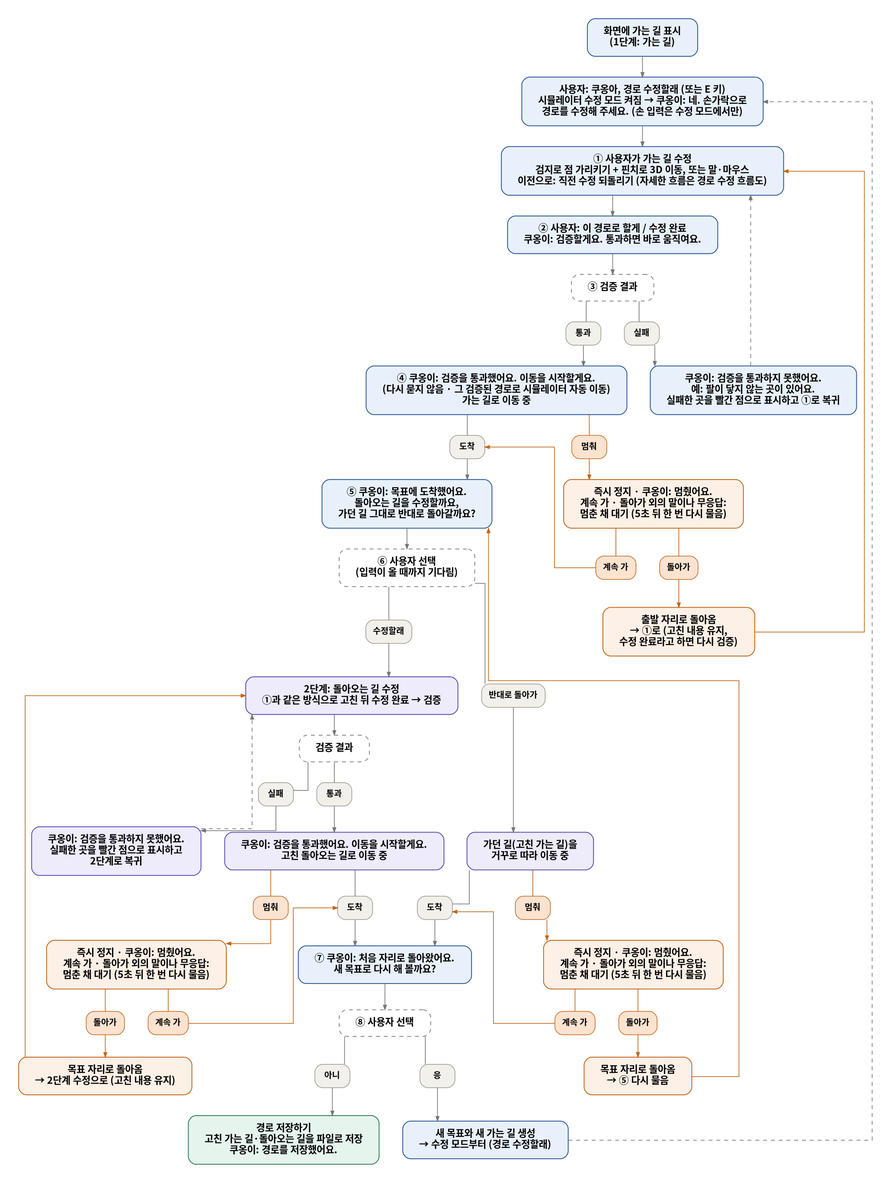
Above: docs/flow/flow1_overall.png in jaemin0319/ChatKHU (Graphviz), before the change. Its source is kept beside it as docs/flow/flow1_overall.dot.
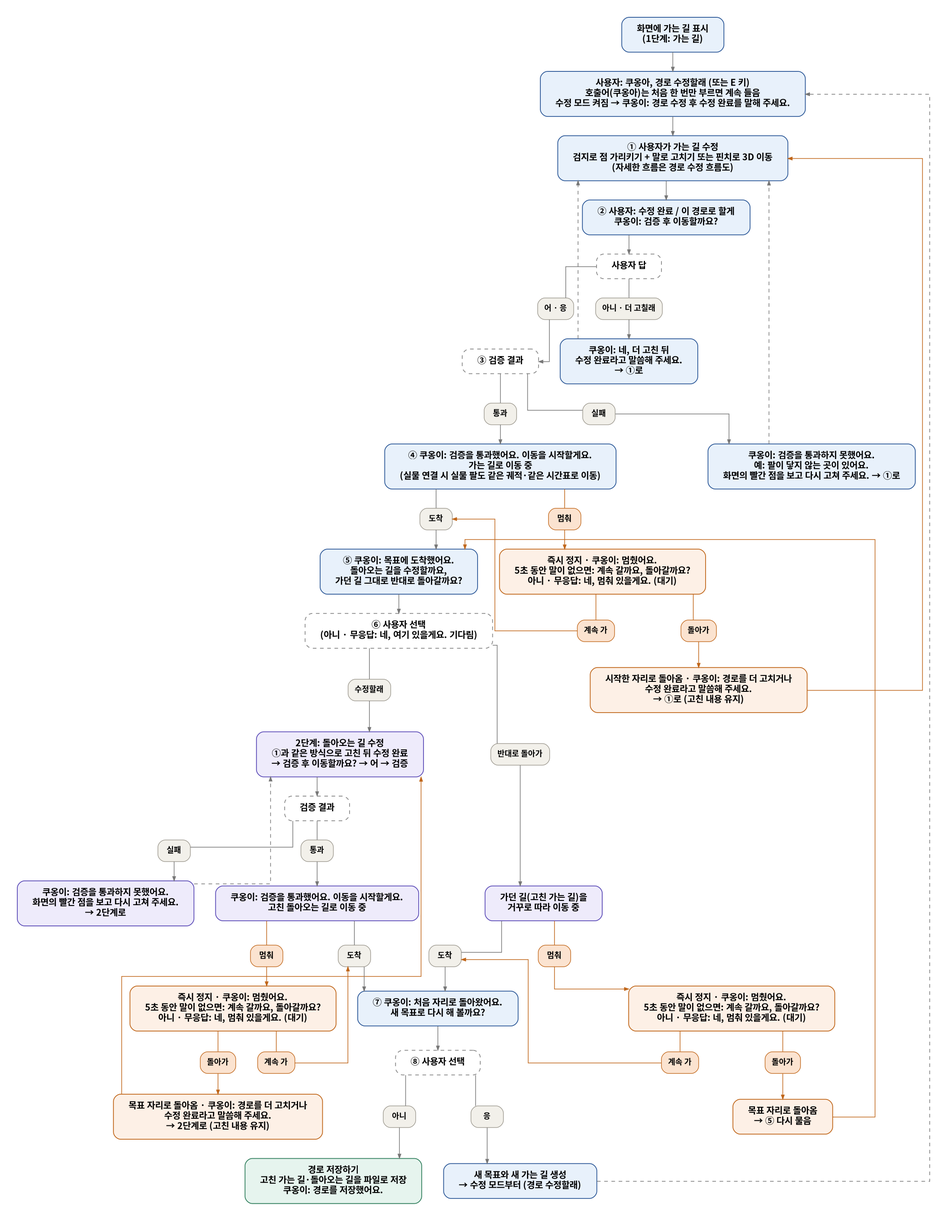
The same diagram one commit later.

Change to the diagram source:
```diff
@@ -2,18 +2,20 @@
   include_common
   graph [splines=ortho, nodesep=0.5, ranksep=0.45];
   start [label="화면에 가는 길 표시\n(1단계: 가는 길)"];
-  mode1 [label="사용자: 쿠옹아, 경로 수정할래 (또는 E 키)\n시뮬레이터 수정 모드 켜짐 → 쿠옹이: 네. 손가락으로\n경로를 수정해 주세요. (손 입력은 수정 모드에서만)"];
-  edit1 [label="① 사용자가 가는 길 수정\n검지로 점 가리키기 + 핀치로 3D 이동, 또는 말·마우스\n이전으로: 직전 수정 되돌리기 (자세한 흐름은 경로 수정 흐름도)"];
-  done1 [label="② 사용자: 이 경로로 할게 / 수정 완료\n쿠옹이: 검증할게요. 통과하면 바로 움직여요."];
+  mode1 [label="사용자: 쿠옹아, 경로 수정할래 (또는 E 키)\n호출어(쿠옹아)는 처음 한 번만 부르면 계속 들음\n수정 모드 켜짐 → 쿠옹이: 경로 수정 후 수정 완료를 말해 주세요."];
+  edit1 [label="① 사용자가 가는 길 수정\n검지로 점 가리키기 + 말로 고치기 또는 핀치로 3D 이동\n(자세한 흐름은 경로 수정 흐름도)"];
+  done1 [label="② 사용자: 수정 완료 / 이 경로로 할게\n쿠옹이: 검증 후 이동할까요?"];
+  q1 [label="사용자 답", style="rounded,dashed", fillcolor="white", color="#888888"];
+  w1 [label="쿠옹이: 네, 더 고친 뒤\n수정 완료라고 말씀해 주세요.\n→ ①로"];
   v1 [label="③ 검증 결과", style="rounded,dashed", fillcolor="white", color="#888888"];
-  f1 [label="쿠옹이: 검증을 통과하지 못했어요.\n예: 팔이 닿지 않는 곳이 있어요.\n실패한 곳을 빨간 점으로 표시하고 ①로 복귀"];
-  m1 [label="④ 쿠옹이: 검증을 통과했어요. 이동을 시작할게요.\n(다시 묻지 않음 · 그 검증된 경로로 시뮬레이터 자동 이동)\n가는 길로 이동 중"];
+  f1 [label="쿠옹이: 검증을 통과하지 못했어요.\n예: 팔이 닿지 않는 곳이 있어요.\n화면의 빨간 점을 보고 다시 고쳐 주세요. → ①로"];
+  m1 [label="④ 쿠옹이: 검증을 통과했어요. 이동을 시작할게요.\n가는 길로 이동 중\n(실물 연결 시 실물 팔도 같은 궤적·같은 시간표로 이동)"];
   ask1 [label="⑤ 쿠옹이: 목표에 도착했어요.\n돌아오는 길을 수정할까요,\n가던 길 그대로 반대로 돌아갈까요?"];
-  c1 [label="⑥ 사용자 선택\n(입력이 올 때까지 기다림)", style="rounded,dashed", fillcolor="white", color="#888888"];
+  c1 [label="⑥ 사용자 선택\n(아니 · 무응답: 네, 여기 있을게요. 기다림)", style="rounded,dashed", fillcolor="white", color="#888888"];
   rev [label="가던 길(고친 가는 길)을\n거꾸로 따라 이동 중", fillcolor="#EEEBFB", color="#5B4BB7"];
-  edit2 [label="2단계: 돌아오는 길 수정\n①과 같은 방식으로 고친 뒤 수정 완료 → 검증", fillcolor="#EEEBFB", color="#5B4BB7"];
+  edit2 [label="2단계: 돌아오는 길 수정\n①과 같은 방식으로 고친 뒤 수정 완료\n→ 검증 후 이동할까요? → 어 → 검증", fillcolor="#EEEBFB", color="#5B4BB7"];
   v2c [label="검증 결과", style="rounded,dashed", fillcolor="white", color="#888888"];
-  f2 [label="쿠옹이: 검증을 통과하지 못했어요.\n실패한 곳을 빨간 점으로 표시하고\n2단계로 복귀", fillcolor="#EEEBFB", color="#5B4BB7"];
+  f2 [label="쿠옹이: 검증을 통과하지 못했어요.\n화면의 빨간 점을 보고 다시 고쳐 주세요.\n→ 2단계로", fillcolor="#EEEBFB", color="#5B4BB7"];
   v2 [label="쿠옹이: 검증을 통과했어요. 이동을 시작할게요.\n고친 돌아오는 길로 이동 중", fillcolor="#EEEBFB", color="#5B4BB7"];
   ask2 [label="⑦ 쿠옹이: 처음 자리로 돌아왔어요.\n새 목표로 다시 해 볼까요?"];
   c2 [label="⑧ 사용자 선택", style="rounded,dashed", fillcolor="white", color="#888888"];
@@ -21,25 +23,29 @@
   save [label="경로 저장하기\n고친 가는 길·돌아오는 길을 파일로 저장\n쿠옹이: 경로를 저장했어요.", fillcolor="#E6F4EE", color="#2E7D5B"];
 
   node [fillcolor="#FDF0E6", color="#C0661A"];
-  sA [label="즉시 정지 · 쿠옹이: 멈췄어요.\n계속 가 · 돌아가 외의 말이나 무응답:\n멈춘 채 대기 (5초 뒤 한 번 다시 물음)"];
-  bA [label="출발 자리로 돌아옴\n→ ①로 (고친 내용 유지,\n수정 완료라고 하면 다시 검증)"];
-  sB [label="즉시 정지 · 쿠옹이: 멈췄어요.\n계속 가 · 돌아가 외의 말이나 무응답:\n멈춘 채 대기 (5초 뒤 한 번 다시 물음)"];
+  sA [label="즉시 정지 · 쿠옹이: 멈췄어요.\n5초 동안 말이 없으면: 계속 갈까요, 돌아갈까요?\n아니 · 무응답: 네, 멈춰 있을게요. (대기)"];
+  bA [label="시작한 자리로 돌아옴 · 쿠옹이: 경로를 더 고치거나\n수정 완료라고 말씀해 주세요.\n→ ①로 (고친 내용 유지)"];
+  sB [label="즉시 정지 · 쿠옹이: 멈췄어요.\n5초 동안 말이 없으면: 계속 갈까요, 돌아갈까요?\n아니 · 무응답: 네, 멈춰 있을게요. (대기)"];
   bB [label="목표 자리로 돌아옴\n→ ⑤ 다시 물음"];
-  sC [label="즉시 정지 · 쿠옹이: 멈췄어요.\n계속 가 · 돌아가 외의 말이나 무응답:\n멈춘 채 대기 (5초 뒤 한 번 다시 물음)"];
-  bC [label="목표 자리로 돌아옴\n→ 2단계 수정으로 (고친 내용 유지)"];
+  sC [label="즉시 정지 · 쿠옹이: 멈췄어요.\n5초 동안 말이 없으면: 계속 갈까요, 돌아갈까요?\n아니 · 무응답: 네, 멈춰 있을게요. (대기)"];
+  bC [label="목표 자리로 돌아옴 · 쿠옹이: 경로를 더 고치거나\n수정 완료라고 말씀해 주세요.\n→ 2단계로 (고친 내용 유지)"];
 
   node [style="rounded,filled", fillcolor="#F2F0EA", color="#9A968C", fontsize=13, margin="0.15,0.06", penwidth=1];
   p_fail [label="실패"]; p_pass [label="통과"]; p_fail2 [label="실패"]; p_pass2 [label="통과"];
   p_a1 [label="도착"]; p_a2 [label="도착"]; p_a3 [label="도착"];
   p_rev [label="반대로 돌아가"]; p_edit [label="수정할래"];
   p_yes [label="응"]; p_no [label="아니"];
+  p_go [label="어 · 응"]; p_more [label="아니 · 더 고칠래"];
   node [fillcolor="#FBE3D0", color="#C0661A"];
   p_s1 [label="멈춰"]; p_s2 [label="멈춰"]; p_s3 [label="멈춰"];
   aF [label="계속 가"]; aB [label="돌아가"];
   bF [label="계속 가"]; bBk [label="돌아가"];
   cF [label="계속 가"]; cBk [label="돌아가"];
 
-  start -> mode1 -> edit1 -> done1 -> v1;
+  start -> mode1 -> edit1 -> done1 -> q1;
+  q1 -> p_go [arrowhead=none]; p_go -> v1;
+  q1 -> p_more [arrowhead=none]; p_more -> w1;
+  w1 -> edit1 [style=dashed, constraint=false];
   v1 -> p_pass [arrowhead=none]; p_pass -> m1;
   v1 -> p_fail [arrowhead=none]; p_fail -> f1;
   f1 -> edit1 [style=dashed];
@@ -76,5 +82,6 @@
   {rank=same; p_a1; p_s1}
   {rank=same; p_a2; p_s2; p_a3; p_s3}
   {rank=same; p_pass -> p_fail [style=invis]}
+  {rank=same; p_go -> p_more [style=invis]}
   {rank=same; p_fail2 -> p_pass2 [style=invis]}
 }
```
